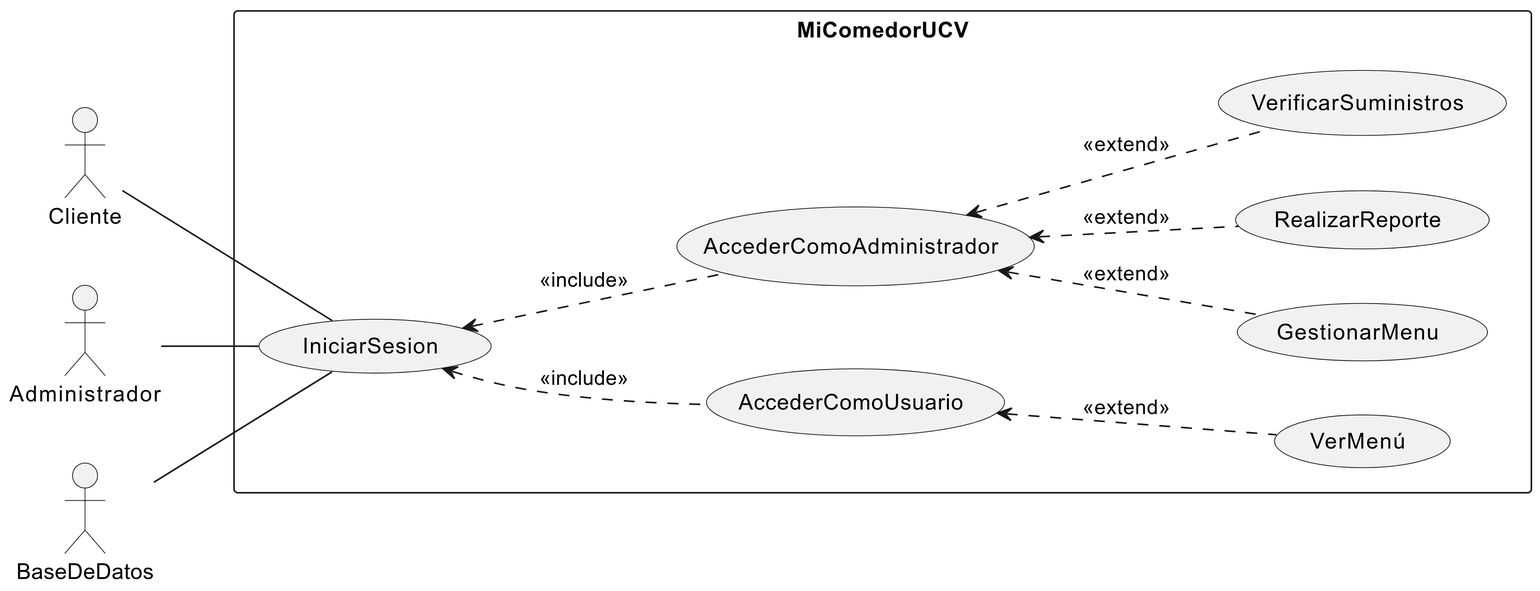
Before: docs/02-requeriments-discipline/Requirements Discipline - Uses Cases Diagram.png, a diagram exported from PlantUML (druxorey/ucv-proyecto-cacerola). Its source is kept beside it as docs/02-requeriments-discipline/Requirements Discipline - Uses Cases Diagram.plantuml.
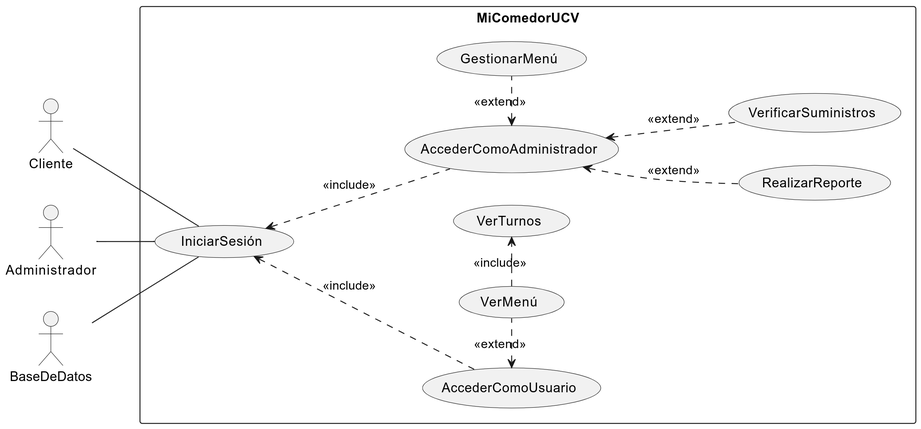
The same diagram one commit later.

Commit message:
feat(requeriments-discipline): add 'VerTurnos' use case to diagram

Change to the diagram source:
```diff
@@ -6,25 +6,28 @@
 :BaseDeDatos:
 
 rectangle "MiComedorUCV" {
-	usecase IniciarSesion
-	usecase GestionarMenu
+	usecase IniciarSesión
+	usecase GestionarMenú
 	usecase VerMenú
+	usecase VerTurnos
 	usecase RealizarReporte
 	usecase VerificarSuministros
 	usecase AccederComoUsuario
 	usecase AccederComoAdministrador
 }
 
-Administrador -- IniciarSesion
-Cliente -- IniciarSesion
-BaseDeDatos -- IniciarSesion
+Administrador -- IniciarSesión
+Cliente -- IniciarSesión
+BaseDeDatos -- IniciarSesión
 
-IniciarSesion <.. AccederComoAdministrador : <<include>>
-IniciarSesion <.. AccederComoUsuario : <<include>>
+IniciarSesión <.. AccederComoAdministrador : <<include>>
+IniciarSesión <.. AccederComoUsuario : <<include>>
+AccederComoUsuario <. VerMenú : <<extend>>
+VerMenú .> VerTurnos : <<include>>
 
 AccederComoAdministrador <.. RealizarReporte : <<extend>>
 AccederComoAdministrador <.. VerificarSuministros : <<extend>>
-AccederComoAdministrador <.. GestionarMenu : <<extend>>
-AccederComoUsuario <.. VerMenú : <<extend>>
+AccederComoAdministrador <. GestionarMenú : <<extend>>
+
 
 @enduml
```
